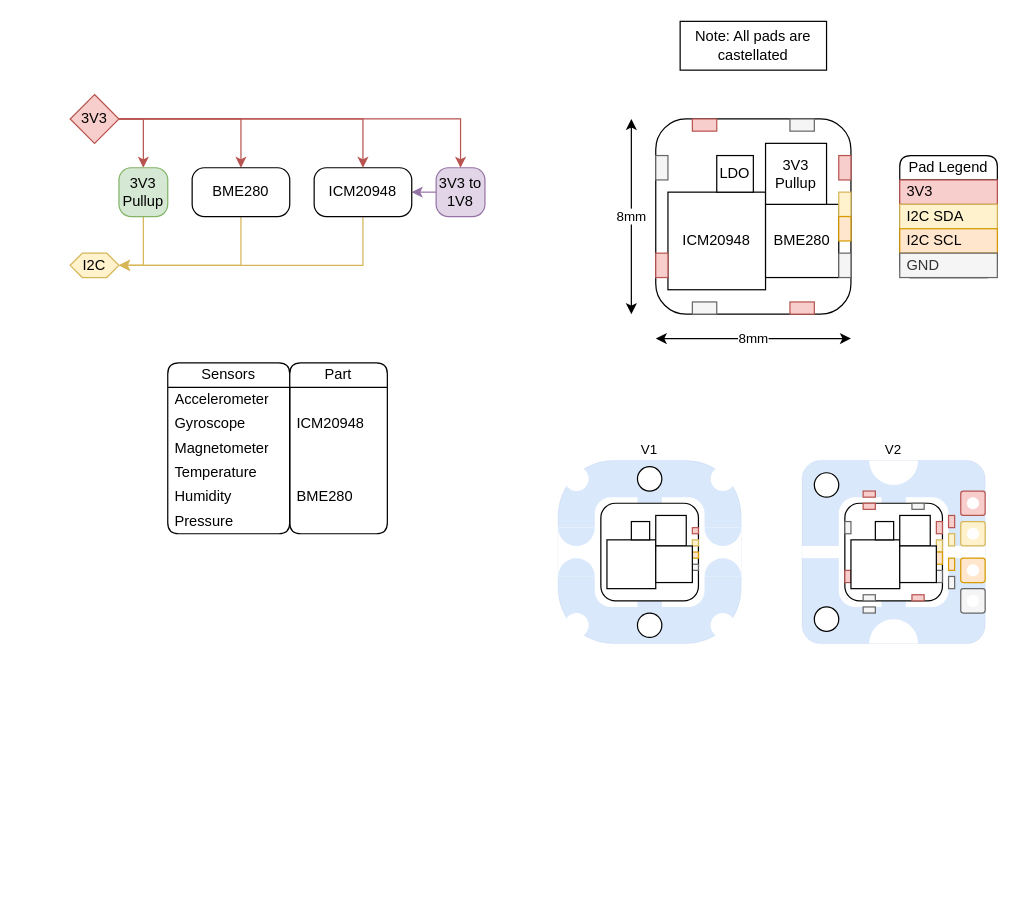
Earlier version of the draw.io diagram page "Brainstorm" (2 of 2) of Documents/Sensored.drawio (XCR1793/Sensored). Source tidied: cells renumbered, new cells numbered last; positions are measured from the earlier drawing's top-left corner, leaving out a move shared by most shapes. Both pictures are drawn from the tidied source at 122%, with x=0, y=0 at pixel (70, 21).
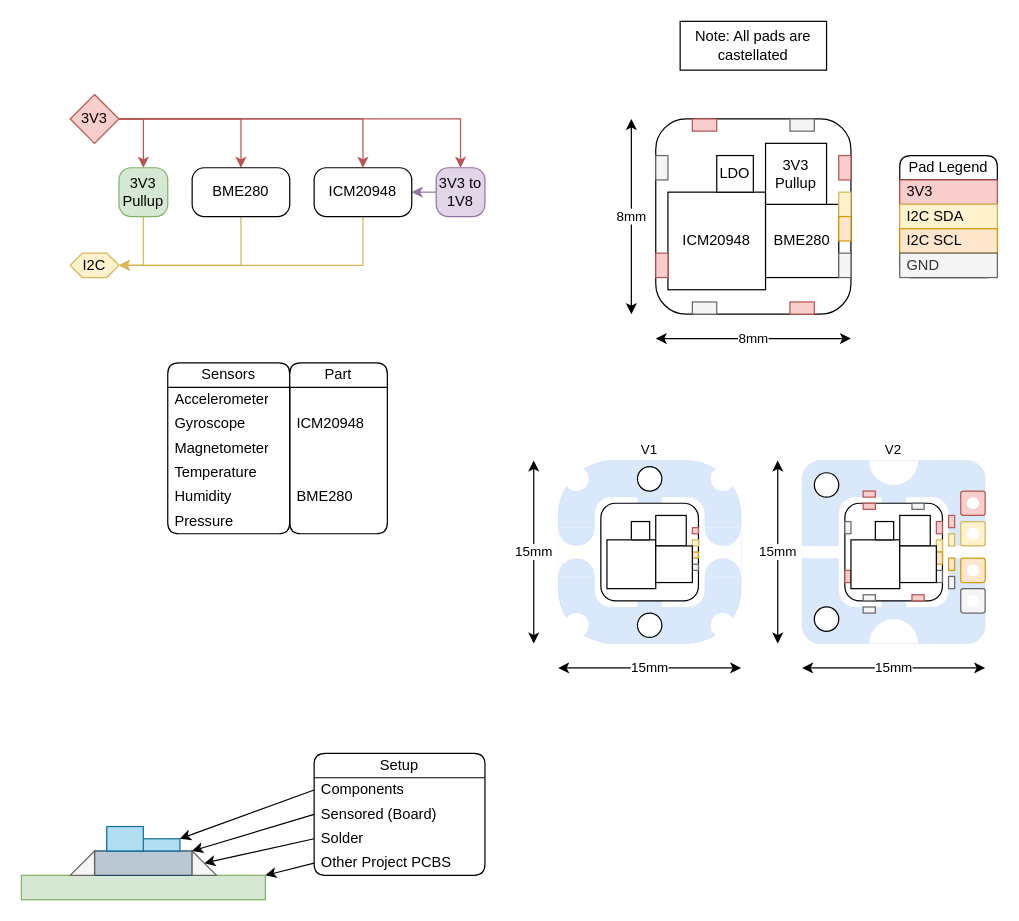
The same page after the edit.

Commit message:
Added Usage Example

Change to the diagram source:
```diff
@@
+    <mxCell id="113" value="15mm" style="endArrow=classic;startArrow=classic;html=1;rounded=0;" parent="1" edge="1">
+      <mxGeometry relative="1" as="geometry">
+        <mxPoint x="550" y="530" as="sourcePoint" />
+        <mxPoint x="400" y="530" as="targetPoint" />
+      </mxGeometry>
+    </mxCell>
+    <mxCell id="114" value="15mm" style="endArrow=classic;startArrow=classic;html=1;rounded=0;" parent="1" edge="1">
+      <mxGeometry relative="1" as="geometry">
+        <mxPoint x="380" y="510" as="sourcePoint" />
+        <mxPoint x="380" y="360" as="targetPoint" />
+      </mxGeometry>
+    </mxCell>
+    <mxCell id="115" value="15mm" style="endArrow=classic;startArrow=classic;html=1;rounded=0;" parent="1" edge="1">
+      <mxGeometry relative="1" as="geometry">
+        <mxPoint x="580" y="510" as="sourcePoint" />
+        <mxPoint x="580" y="360" as="targetPoint" />
+      </mxGeometry>
+    </mxCell>
+    <mxCell id="116" value="15mm" style="endArrow=classic;startArrow=classic;html=1;rounded=0;" parent="1" edge="1">
+      <mxGeometry relative="1" as="geometry">
+        <mxPoint x="750" y="530" as="sourcePoint" />
+        <mxPoint x="600" y="530" as="targetPoint" />
+      </mxGeometry>
+    </mxCell>
+    <mxCell id="117" style="rounded=0;whiteSpace=wrap;html=1;fillColor=#d5e8d4;strokeColor=#82b366;" parent="1" vertex="1">
+      <mxGeometry x="-40" y="700" width="200" height="20" as="geometry" />
+    </mxCell>
+    <mxCell id="118" style="rounded=0;whiteSpace=wrap;html=1;fillColor=#bac8d3;strokeColor=#23445d;" parent="1" vertex="1">
+      <mxGeometry x="20" y="680" width="80" height="20" as="geometry" />
+    </mxCell>
+    <mxCell id="119" style="rounded=0;whiteSpace=wrap;html=1;fillColor=#b1ddf0;strokeColor=#10739e;" parent="1" vertex="1">
+      <mxGeometry x="30" y="670" width="60" height="10" as="geometry" />
+    </mxCell>
+    <mxCell id="120" style="rounded=0;whiteSpace=wrap;html=1;fillColor=#b1ddf0;strokeColor=#10739e;" parent="1" vertex="1">
+      <mxGeometry x="30" y="660" width="30" height="20" as="geometry" />
+    </mxCell>
+    <mxCell id="121" style="shape=card;whiteSpace=wrap;html=1;fillColor=#f5f5f5;fontColor=#333333;strokeColor=#666666;" parent="1" vertex="1">
+      <mxGeometry y="680" width="20" height="20" as="geometry" />
+    </mxCell>
+    <mxCell id="122" style="shape=card;whiteSpace=wrap;html=1;direction=south;fillColor=#f5f5f5;fontColor=#333333;strokeColor=#666666;" parent="1" vertex="1">
+      <mxGeometry x="100" y="680" width="20" height="20" as="geometry" />
+    </mxCell>
+    <mxCell id="123" value="Setup" style="swimlane;fontStyle=0;horizontal=1;startSize=20;whiteSpace=wrap;html=1;rounded=1;" parent="1" vertex="1">
+      <mxGeometry x="200" y="600" width="140" height="100" as="geometry" />
+    </mxCell>
+    <mxCell id="124" value="Components" style="text;strokeColor=none;fillColor=none;align=left;verticalAlign=middle;spacingLeft=4;spacingRight=4;overflow=hidden;points=[[0,0.5],[1,0.5]];portConstraint=eastwest;whiteSpace=wrap;html=1;" parent="123" vertex="1">
+      <mxGeometry y="20" width="140" height="20" as="geometry" />
+    </mxCell>
+    <mxCell id="125" value="Sensored (Board)" style="text;strokeColor=none;fillColor=none;align=left;verticalAlign=middle;spacingLeft=4;spacingRight=4;overflow=hidden;points=[[0,0.5],[1,0.5]];portConstraint=eastwest;whiteSpace=wrap;html=1;" parent="123" vertex="1">
+      <mxGeometry y="40" width="140" height="20" as="geometry" />
+    </mxCell>
+    <mxCell id="126" value="Solder" style="text;strokeColor=none;fillColor=none;align=left;verticalAlign=middle;spacingLeft=4;spacingRight=4;overflow=hidden;points=[[0,0.5],[1,0.5]];portConstraint=eastwest;whiteSpace=wrap;html=1;" parent="123" vertex="1">
+      <mxGeometry y="60" width="140" height="20" as="geometry" />
+    </mxCell>
+    <mxCell id="127" value="Other Project PCBS" style="text;strokeColor=none;fillColor=none;align=left;verticalAlign=middle;spacingLeft=4;spacingRight=4;overflow=hidden;points=[[0,0.5],[1,0.5]];portConstraint=eastwest;whiteSpace=wrap;html=1;" parent="123" vertex="1">
+      <mxGeometry y="80" width="140" height="20" as="geometry" />
+    </mxCell>
+    <mxCell id="128" style="rounded=0;jettySize=auto;html=1;exitX=0;exitY=0.5;exitDx=0;exitDy=0;entryX=1;entryY=0;entryDx=0;entryDy=0;" parent="1" edge="1" source="127" target="117">
+      <mxGeometry relative="1" as="geometry" />
+    </mxCell>
+    <mxCell id="129" style="edgeStyle=none;shape=connector;rounded=0;jettySize=auto;html=1;exitX=0;exitY=0.5;exitDx=0;exitDy=0;strokeColor=default;align=center;verticalAlign=middle;fontFamily=Helvetica;fontSize=11;fontColor=default;labelBackgroundColor=default;endArrow=classic;entryX=0;entryY=0;entryDx=10;entryDy=10;entryPerimeter=0;" parent="1" edge="1" source="126" target="122">
+      <mxGeometry relative="1" as="geometry" />
+    </mxCell>
+    <mxCell id="130" style="edgeStyle=none;shape=connector;rounded=0;jettySize=auto;html=1;exitX=0;exitY=0.5;exitDx=0;exitDy=0;strokeColor=default;align=center;verticalAlign=middle;fontFamily=Helvetica;fontSize=11;fontColor=default;labelBackgroundColor=default;endArrow=classic;entryX=1;entryY=0;entryDx=0;entryDy=0;" parent="1" edge="1" source="125" target="118">
+      <mxGeometry relative="1" as="geometry" />
+    </mxCell>
+    <mxCell id="131" style="edgeStyle=none;shape=connector;rounded=0;jettySize=auto;html=1;exitX=0;exitY=0.5;exitDx=0;exitDy=0;strokeColor=default;align=center;verticalAlign=middle;fontFamily=Helvetica;fontSize=11;fontColor=default;labelBackgroundColor=default;endArrow=classic;entryX=1;entryY=0;entryDx=0;entryDy=0;" parent="1" edge="1" source="124" target="119">
+      <mxGeometry relative="1" as="geometry" />
+    </mxCell>
```
